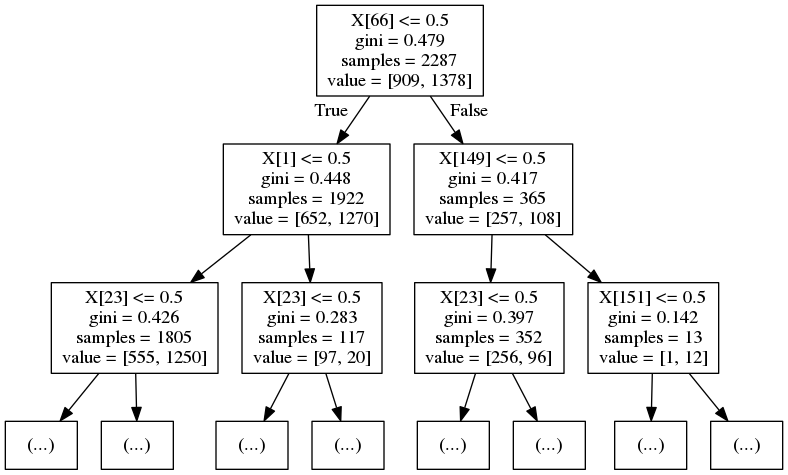
This is figures/decision_tree.png from dhruvchawla1996/csc411_a3, a Graphviz export, as it was before one commit. Its source is kept beside it as figures/decision_tree.dot. Its diagram source:
```dot
digraph Tree {
node [shape=box] ;
0 [label="X[66] <= 0.5\ngini = 0.479\nsamples = 2287\nvalue = [909, 1378]"] ;
1 [label="X[1] <= 0.5\ngini = 0.448\nsamples = 1922\nvalue = [652, 1270]"] ;
0 -> 1 [labeldistance=2.5, labelangle=45, headlabel="True"] ;
2 [label="X[23] <= 0.5\ngini = 0.426\nsamples = 1805\nvalue = [555, 1250]"] ;
1 -> 2 ;
3 [label="(...)"] ;
2 -> 3 ;
440 [label="(...)"] ;
2 -> 440 ;
573 [label="X[23] <= 0.5\ngini = 0.283\nsamples = 117\nvalue = [97, 20]"] ;
1 -> 573 ;
574 [label="(...)"] ;
573 -> 574 ;
587 [label="(...)"] ;
573 -> 587 ;
608 [label="X[149] <= 0.5\ngini = 0.417\nsamples = 365\nvalue = [257, 108]"] ;
0 -> 608 [labeldistance=2.5, labelangle=-45, headlabel="False"] ;
609 [label="X[23] <= 0.5\ngini = 0.397\nsamples = 352\nvalue = [256, 96]"] ;
608 -> 609 ;
610 [label="(...)"] ;
609 -> 610 ;
713 [label="(...)"] ;
609 -> 713 ;
758 [label="X[151] <= 0.5\ngini = 0.142\nsamples = 13\nvalue = [1, 12]"] ;
608 -> 758 ;
759 [label="(...)"] ;
758 -> 759 ;
760 [label="(...)"] ;
758 -> 760 ;
}
```
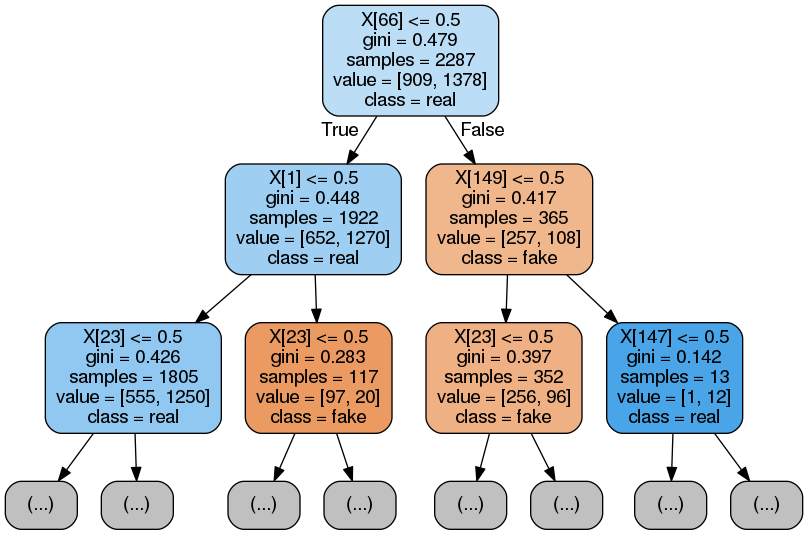
After the change.

Commit message:
Let there be color

Diff of the diagram source:
```diff
@@ -1,32 +1,33 @@
 digraph Tree {
-node [shape=box] ;
-0 [label="X[66] <= 0.5\ngini = 0.479\nsamples = 2287\nvalue = [909, 1378]"] ;
-1 [label="X[1] <= 0.5\ngini = 0.448\nsamples = 1922\nvalue = [652, 1270]"] ;
+node [shape=box, style="filled, rounded", color="black", fontname=helvetica] ;
+edge [fontname=helvetica] ;
+0 [label="X[66] <= 0.5\ngini = 0.479\nsamples = 2287\nvalue = [909, 1378]\nclass = real", fillcolor="#399de557"] ;
+1 [label="X[1] <= 0.5\ngini = 0.448\nsamples = 1922\nvalue = [652, 1270]\nclass = real", fillcolor="#399de57c"] ;
 0 -> 1 [labeldistance=2.5, labelangle=45, headlabel="True"] ;
-2 [label="X[23] <= 0.5\ngini = 0.426\nsamples = 1805\nvalue = [555, 1250]"] ;
+2 [label="X[23] <= 0.5\ngini = 0.426\nsamples = 1805\nvalue = [555, 1250]\nclass = real", fillcolor="#399de58e"] ;
 1 -> 2 ;
-3 [label="(...)"] ;
+3 [label="(...)", fillcolor="#C0C0C0"] ;
 2 -> 3 ;
-440 [label="(...)"] ;
-2 -> 440 ;
-573 [label="X[23] <= 0.5\ngini = 0.283\nsamples = 117\nvalue = [97, 20]"] ;
-1 -> 573 ;
-574 [label="(...)"] ;
-573 -> 574 ;
-587 [label="(...)"] ;
-573 -> 587 ;
-608 [label="X[149] <= 0.5\ngini = 0.417\nsamples = 365\nvalue = [257, 108]"] ;
-0 -> 608 [labeldistance=2.5, labelangle=-45, headlabel="False"] ;
-609 [label="X[23] <= 0.5\ngini = 0.397\nsamples = 352\nvalue = [256, 96]"] ;
-608 -> 609 ;
-610 [label="(...)"] ;
-609 -> 610 ;
-713 [label="(...)"] ;
-609 -> 713 ;
-758 [label="X[151] <= 0.5\ngini = 0.142\nsamples = 13\nvalue = [1, 12]"] ;
-608 -> 758 ;
-759 [label="(...)"] ;
-758 -> 759 ;
-760 [label="(...)"] ;
-758 -> 760 ;
+444 [label="(...)", fillcolor="#C0C0C0"] ;
+2 -> 444 ;
+577 [label="X[23] <= 0.5\ngini = 0.283\nsamples = 117\nvalue = [97, 20]\nclass = fake", fillcolor="#e58139ca"] ;
+1 -> 577 ;
+578 [label="(...)", fillcolor="#C0C0C0"] ;
+577 -> 578 ;
+591 [label="(...)", fillcolor="#C0C0C0"] ;
+577 -> 591 ;
+612 [label="X[149] <= 0.5\ngini = 0.417\nsamples = 365\nvalue = [257, 108]\nclass = fake", fillcolor="#e5813994"] ;
+0 -> 612 [labeldistance=2.5, labelangle=-45, headlabel="False"] ;
+613 [label="X[23] <= 0.5\ngini = 0.397\nsamples = 352\nvalue = [256, 96]\nclass = fake", fillcolor="#e581399f"] ;
+612 -> 613 ;
+614 [label="(...)", fillcolor="#C0C0C0"] ;
+613 -> 614 ;
+717 [label="(...)", fillcolor="#C0C0C0"] ;
+613 -> 717 ;
+762 [label="X[147] <= 0.5\ngini = 0.142\nsamples = 13\nvalue = [1, 12]\nclass = real", fillcolor="#399de5ea"] ;
+612 -> 762 ;
+763 [label="(...)", fillcolor="#C0C0C0"] ;
+762 -> 763 ;
+764 [label="(...)", fillcolor="#C0C0C0"] ;
+762 -> 764 ;
 }
```
